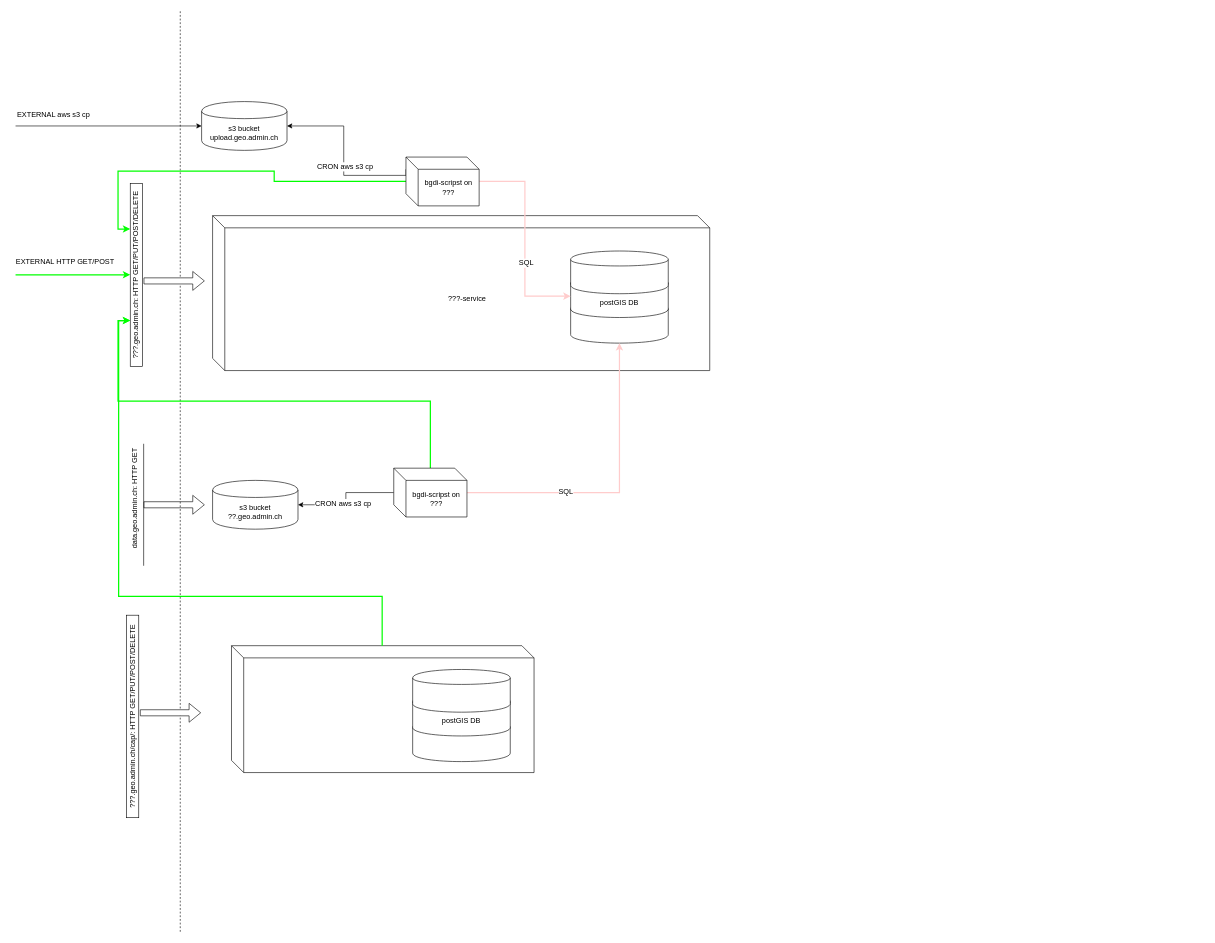
This is dataAPI.dio from boecklic/notebooks, a draw.io file, before an edit. Source tidied: cells renumbered, new cells numbered last; positions are measured from the earlier drawing's top-left corner, leaving out a move shared by most shapes. Both pictures are drawn from the tidied source at 61%, with x=0, y=0 at pixel (15, 10).
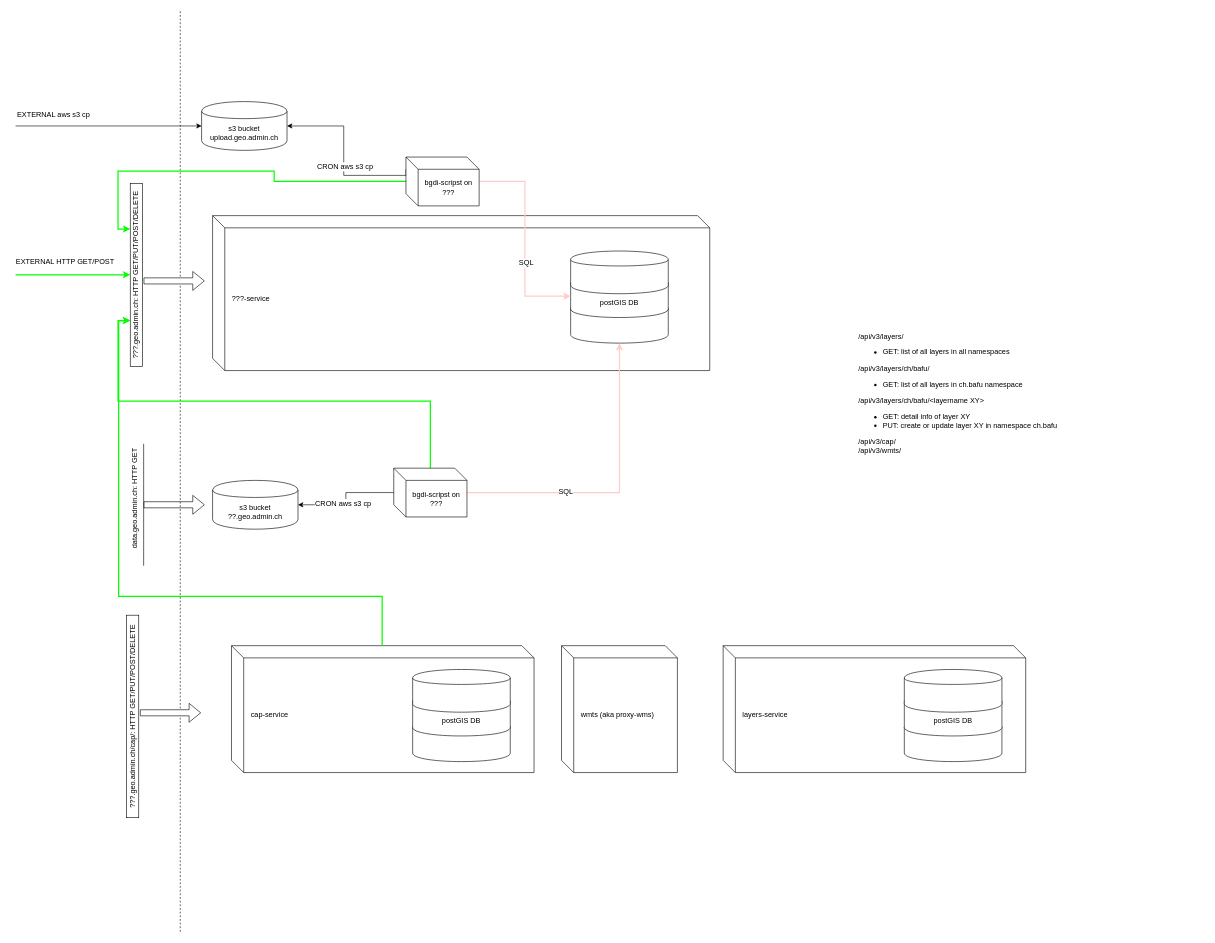
Above is the later version.

Commit message (it also covers changes not shown here):
WIP from Mon Jun 17 20:00:01 UTC 2019

The change refers to these unchanged cells:
```xml
<mxCell id="39" style="group;" parent="38" vertex="1">
  <mxGeometry width="496" height="208" as="geometry" />
</mxCell>
```

The edit, as a diff of the source:
```diff
@@
-    <mxCell id="2" value="???-service" style="shape=cube;whiteSpace=wrap;html=1;boundedLbl=1;fillColor=#FFFFFF;" parent="1" vertex="1">
+    <mxCell id="2" value="???-service" style="shape=cube;whiteSpace=wrap;html=1;boundedLbl=1;fillColor=#FFFFFF;spacingLeft=10;align=left;" parent="1" vertex="1">
       <mxGeometry x="323" y="336" width="815" height="254" as="geometry" />
     </mxCell>
@@
-    <mxCell id="40" style="shape=cube;whiteSpace=wrap;html=1;boundedLbl=1;" parent="39" vertex="1">
+    <mxCell id="40" value="cap-service" style="shape=cube;whiteSpace=wrap;html=1;boundedLbl=1;align=left;spacingLeft=10;" parent="39" vertex="1">
       <mxGeometry width="496" height="208" as="geometry" />
     </mxCell>
@@
+    <mxCell id="46" value="&lt;div&gt;/api/v3/layers/&lt;/div&gt;&lt;div&gt;&lt;ul&gt;&lt;li&gt;GET: list of all layers in all namespaces&lt;/li&gt;&lt;/ul&gt;&lt;/div&gt;&lt;div&gt;/api/v3/layers/ch/bafu/&lt;/div&gt;&lt;div&gt;&lt;ul&gt;&lt;li&gt;GET: list of all layers in ch.bafu namespace&lt;br&gt;&lt;/li&gt;&lt;/ul&gt;&lt;/div&gt;&lt;div&gt;&lt;ul&gt;&lt;/ul&gt;&lt;/div&gt;&lt;div&gt;/api/v3/layers/ch/bafu/&amp;lt;layername XY&amp;gt;&lt;br&gt;&lt;/div&gt;&lt;div&gt;&lt;ul&gt;&lt;li&gt;GET: detail info of layer XY&lt;/li&gt;&lt;li&gt;PUT: create or update layer XY in namespace ch.bafu&lt;br&gt;&lt;/li&gt;&lt;/ul&gt;&lt;/div&gt;&lt;div&gt;/api/v3/cap/&lt;/div&gt;&lt;div&gt;/api/v3/wmts/&lt;br&gt;&lt;/div&gt;" style="text;html=1;strokeColor=none;fillColor=none;align=left;verticalAlign=top;whiteSpace=wrap;rounded=0;" parent="1" vertex="1">
+      <mxGeometry x="1380" y="520" width="570" height="310" as="geometry" />
+    </mxCell>
+    <mxCell id="47" value="layers-service" style="shape=cube;whiteSpace=wrap;html=1;boundedLbl=1;align=left;spacingLeft=10;" parent="1" vertex="1">
+      <mxGeometry x="1160" y="1041" width="496" height="208" as="geometry" />
+    </mxCell>
+    <mxCell id="48" style="group;" parent="1" vertex="1">
+      <mxGeometry x="1457" y="1080" width="160" height="151" as="geometry" />
+    </mxCell>
+    <mxCell id="49" style="shape=cylinder;whiteSpace=wrap;html=1;boundedLbl=1;" parent="48" vertex="1">
+      <mxGeometry y="81" width="160" height="70" as="geometry" />
+    </mxCell>
+    <mxCell id="50" value="postGIS DB" style="shape=cylinder;whiteSpace=wrap;html=1;boundedLbl=1;" parent="48" vertex="1">
+      <mxGeometry y="39" width="160" height="70" as="geometry" />
+    </mxCell>
+    <mxCell id="51" style="shape=cylinder;whiteSpace=wrap;html=1;boundedLbl=1;" parent="48" vertex="1">
+      <mxGeometry width="160" height="70" as="geometry" />
+    </mxCell>
+    <mxCell id="52" value="wmts (aka proxy-wms)" style="shape=cube;whiteSpace=wrap;html=1;boundedLbl=1;align=left;spacingLeft=10;" parent="1" vertex="1">
+      <mxGeometry x="895" y="1041" width="190" height="208" as="geometry" />
+    </mxCell>
```
